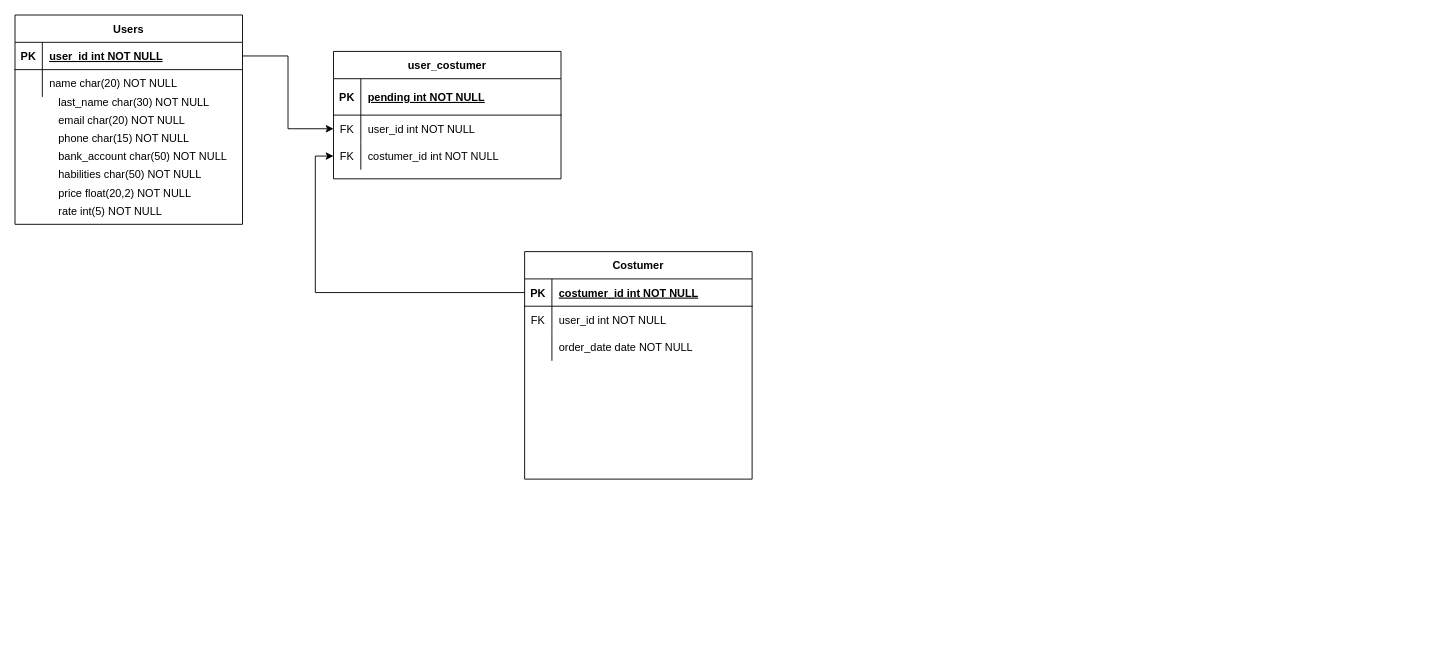
luiwimo/git-master keeps this draw.io diagram as page "Page-1" (1 of 2) of Hability.drawio. Above is the earlier version. Source tidied: cells renumbered, new cells numbered last; positions are measured from the earlier drawing's top-left corner, leaving out a move shared by most shapes. Both pictures are drawn from the tidied source at 91%, with x=0, y=0 at pixel (15, 15).
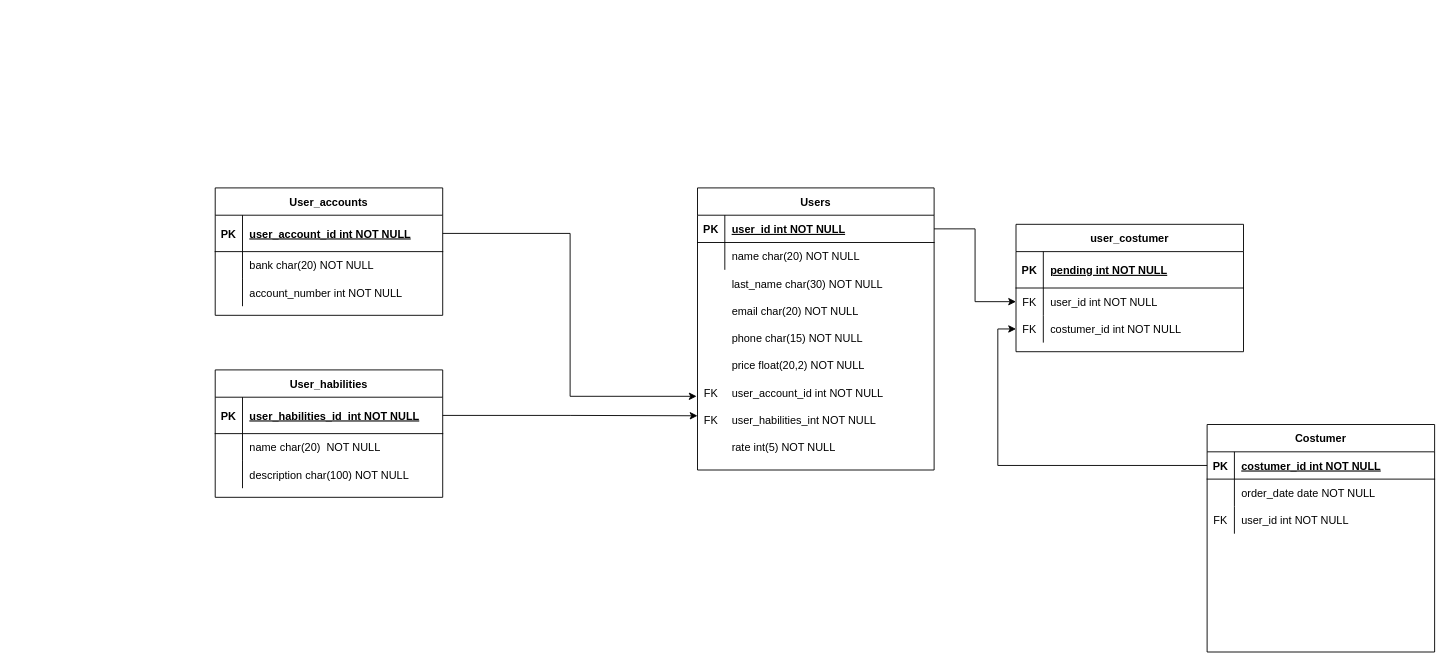
The same page after the edit.

What changed in the source:
```diff
@@
     <mxCell id="2" value="Costumer" style="shape=table;startSize=30;childLayout=tableLayout;rowLines=0;fontStyle=1;align=center;" parent="1" vertex="1">
-      <mxGeometry x="560" y="260" width="250" height="250" as="geometry" />
+      <mxGeometry x="1310" y="450" width="250" height="250" as="geometry" />
     </mxCell>
@@
+    <mxCell id="9" style="shape=partialRectangle;fillColor=none;top=0;left=0;right=0;bottom=0;" parent="2" vertex="1">
+      <mxGeometry y="60" width="250" height="30" as="geometry" />
+    </mxCell>
+    <mxCell id="10" style="shape=partialRectangle;overflow=hidden;fillColor=none;top=0;left=0;bottom=0;right=0;" parent="9" vertex="1">
+      <mxGeometry width="30" height="30" as="geometry" />
+    </mxCell>
+    <mxCell id="11" value="order_date date NOT NULL" style="shape=partialRectangle;overflow=hidden;fillColor=none;top=0;left=0;bottom=0;right=0;align=left;spacingLeft=6;" parent="9" vertex="1">
+      <mxGeometry x="30" width="220" height="30" as="geometry" />
+    </mxCell>
     <mxCell id="6" style="shape=partialRectangle;fillColor=none;top=0;left=0;right=0;bottom=0;" parent="2" vertex="1">
-      <mxGeometry y="60" width="250" height="30" as="geometry" />
+      <mxGeometry y="90" width="250" height="30" as="geometry" />
     </mxCell>
@@
-    <mxCell id="9" style="shape=partialRectangle;fillColor=none;top=0;left=0;right=0;bottom=0;" parent="2" vertex="1">
-      <mxGeometry y="90" width="250" height="30" as="geometry" />
-    </mxCell>
-    <mxCell id="10" style="shape=partialRectangle;overflow=hidden;fillColor=none;top=0;left=0;bottom=0;right=0;" parent="9" vertex="1">
-      <mxGeometry width="30" height="30" as="geometry" />
-    </mxCell>
-    <mxCell id="11" value="order_date date NOT NULL" style="shape=partialRectangle;overflow=hidden;fillColor=none;top=0;left=0;bottom=0;right=0;align=left;spacingLeft=6;" parent="9" vertex="1">
-      <mxGeometry x="30" width="220" height="30" as="geometry" />
-    </mxCell>
     <mxCell id="12" value="Users" style="shape=table;startSize=30;childLayout=tableLayout;rowLines=0;fontStyle=1;align=center;" parent="1" vertex="1">
-      <mxGeometry width="250" height="230" as="geometry" />
+      <mxGeometry x="750" y="190" width="260" height="310" as="geometry" />
     </mxCell>
     <mxCell id="13" style="shape=partialRectangle;fillColor=none;points=[[0,0.5],[1,0.5]];portConstraint=eastwest;top=0;left=0;right=0;bottom=1;" parent="12" vertex="1">
-      <mxGeometry y="30" width="250" height="30" as="geometry" />
+      <mxGeometry y="30" width="260" height="30" as="geometry" />
     </mxCell>
@@
     <mxCell id="15" value="user_id int NOT NULL " style="shape=partialRectangle;overflow=hidden;fillColor=none;top=0;left=0;bottom=0;right=0;align=left;spacingLeft=6;fontStyle=5;" parent="13" vertex="1">
-      <mxGeometry x="30" width="220" height="30" as="geometry" />
+      <mxGeometry x="30" width="230" height="30" as="geometry" />
     </mxCell>
     <mxCell id="16" style="shape=partialRectangle;fillColor=none;top=0;left=0;right=0;bottom=0;" parent="12" vertex="1">
-      <mxGeometry y="60" width="250" height="30" as="geometry" />
+      <mxGeometry y="60" width="260" height="30" as="geometry" />
     </mxCell>
@@
     <mxCell id="18" value="name char(20) NOT NULL" style="shape=partialRectangle;overflow=hidden;fillColor=none;top=0;left=0;bottom=0;right=0;align=left;spacingLeft=6;" parent="16" vertex="1">
-      <mxGeometry x="30" width="220" height="30" as="geometry" />
+      <mxGeometry x="30" width="230" height="30" as="geometry" />
     </mxCell>
     <mxCell id="19" value="last_name char(30) NOT NULL" style="shape=partialRectangle;overflow=hidden;fillColor=none;top=0;left=0;bottom=0;right=0;align=left;spacingLeft=6;" parent="1" vertex="1">
-      <mxGeometry x="40" y="80" width="220" height="30" as="geometry" />
+      <mxGeometry x="780" y="280" width="220" height="30" as="geometry" />
     </mxCell>
     <mxCell id="20" value="price float(20,2) NOT NULL" style="shape=partialRectangle;overflow=hidden;fillColor=none;top=0;left=0;bottom=0;right=0;align=left;spacingLeft=6;" parent="1" vertex="1">
-      <mxGeometry x="40" y="180" width="220" height="30" as="geometry" />
+      <mxGeometry x="780" y="370" width="220" height="30" as="geometry" />
     </mxCell>
     <mxCell id="21" value="email char(20) NOT NULL" style="shape=partialRectangle;overflow=hidden;fillColor=none;top=0;left=0;bottom=0;right=0;align=left;spacingLeft=6;" parent="1" vertex="1">
-      <mxGeometry x="40" y="100" width="220" height="30" as="geometry" />
+      <mxGeometry x="780" y="310" width="220" height="30" as="geometry" />
     </mxCell>
     <mxCell id="22" value="phone char(15) NOT NULL" style="shape=partialRectangle;overflow=hidden;fillColor=none;top=0;left=0;bottom=0;right=0;align=left;spacingLeft=6;" parent="1" vertex="1">
-      <mxGeometry x="40" y="120" width="220" height="30" as="geometry" />
+      <mxGeometry x="780" y="340" width="220" height="30" as="geometry" />
     </mxCell>
-    <mxCell id="23" value="bank_account char(50) NOT NULL" style="shape=partialRectangle;overflow=hidden;fillColor=none;top=0;left=0;bottom=0;right=0;align=left;spacingLeft=6;" parent="1" vertex="1">
-      <mxGeometry x="40" y="140" width="220" height="30" as="geometry" />
+    <mxCell id="23" value="user_account_id int NOT NULL" style="shape=partialRectangle;overflow=hidden;fillColor=none;top=0;left=0;bottom=0;right=0;align=left;spacingLeft=6;" parent="1" vertex="1">
+      <mxGeometry x="780" y="400" width="220" height="30" as="geometry" />
     </mxCell>
-    <mxCell id="24" value="habilities char(50) NOT NULL" style="shape=partialRectangle;overflow=hidden;fillColor=none;top=0;left=0;bottom=0;right=0;align=left;spacingLeft=6;" parent="1" vertex="1">
-      <mxGeometry x="40" y="160" width="220" height="30" as="geometry" />
+    <mxCell id="24" value="user_habilities_int NOT NULL" style="shape=partialRectangle;overflow=hidden;fillColor=none;top=0;left=0;bottom=0;right=0;align=left;spacingLeft=6;" parent="1" vertex="1">
+      <mxGeometry x="780" y="430" width="220" height="30" as="geometry" />
     </mxCell>
     <mxCell id="25" value="rate int(5) NOT NULL" style="shape=partialRectangle;overflow=hidden;fillColor=none;top=0;left=0;bottom=0;right=0;align=left;spacingLeft=6;" parent="1" vertex="1">
-      <mxGeometry x="40" y="200" width="220" height="30" as="geometry" />
+      <mxGeometry x="780" y="460" width="220" height="30" as="geometry" />
     </mxCell>
     <mxCell id="26" value="user_costumer" style="shape=table;startSize=30;childLayout=tableLayout;rowLines=0;fontStyle=1;align=center;" parent="1" vertex="1">
-      <mxGeometry x="350" y="40" width="250" height="140" as="geometry" />
+      <mxGeometry x="1100" y="230" width="250" height="140" as="geometry" />
     </mxCell>
@@
+    <mxCell id="38" value="User_accounts" style="shape=table;startSize=30;childLayout=tableLayout;rowLines=0;fontStyle=1;align=center;" parent="1" vertex="1">
+      <mxGeometry x="220" y="190" width="250" height="140" as="geometry" />
+    </mxCell>
+    <mxCell id="39" style="shape=partialRectangle;fillColor=none;points=[[0,0.5],[1,0.5]];portConstraint=eastwest;top=0;left=0;right=0;bottom=1;" parent="38" vertex="1">
+      <mxGeometry y="30" width="250" height="40" as="geometry" />
+    </mxCell>
+    <mxCell id="40" value="PK" style="shape=partialRectangle;overflow=hidden;fillColor=none;top=0;left=0;bottom=0;right=0;fontStyle=1;" parent="39" vertex="1">
+      <mxGeometry width="30" height="40" as="geometry" />
+    </mxCell>
+    <mxCell id="41" value="user_account_id int NOT NULL " style="shape=partialRectangle;overflow=hidden;fillColor=none;top=0;left=0;bottom=0;right=0;align=left;spacingLeft=6;fontStyle=5;" parent="39" vertex="1">
+      <mxGeometry x="30" width="220" height="40" as="geometry" />
+    </mxCell>
+    <mxCell id="42" style="shape=partialRectangle;fillColor=none;top=0;left=0;right=0;bottom=0;" parent="38" vertex="1">
+      <mxGeometry y="70" width="250" height="30" as="geometry" />
+    </mxCell>
+    <mxCell id="43" style="shape=partialRectangle;overflow=hidden;fillColor=none;top=0;left=0;bottom=0;right=0;" parent="42" vertex="1">
+      <mxGeometry width="30" height="30" as="geometry" />
+    </mxCell>
+    <mxCell id="44" value="bank char(20) NOT NULL" style="shape=partialRectangle;overflow=hidden;fillColor=none;top=0;left=0;bottom=0;right=0;align=left;spacingLeft=6;" parent="42" vertex="1">
+      <mxGeometry x="30" width="220" height="30" as="geometry" />
+    </mxCell>
+    <mxCell id="45" style="shape=partialRectangle;fillColor=none;top=0;left=0;right=0;bottom=0;" parent="38" vertex="1">
+      <mxGeometry y="100" width="250" height="30" as="geometry" />
+    </mxCell>
+    <mxCell id="46" style="shape=partialRectangle;overflow=hidden;fillColor=none;top=0;left=0;bottom=0;right=0;" parent="45" vertex="1">
+      <mxGeometry width="30" height="30" as="geometry" />
+    </mxCell>
+    <mxCell id="47" value="account_number int NOT NULL" style="shape=partialRectangle;overflow=hidden;fillColor=none;top=0;left=0;bottom=0;right=0;align=left;spacingLeft=6;" parent="45" vertex="1">
+      <mxGeometry x="30" width="220" height="30" as="geometry" />
+    </mxCell>
+    <mxCell id="48" value="User_habilities" style="shape=table;startSize=30;childLayout=tableLayout;rowLines=0;fontStyle=1;align=center;" parent="1" vertex="1">
+      <mxGeometry x="220" y="390" width="250" height="140" as="geometry" />
+    </mxCell>
+    <mxCell id="49" style="shape=partialRectangle;fillColor=none;points=[[0,0.5],[1,0.5]];portConstraint=eastwest;top=0;left=0;right=0;bottom=1;" parent="48" vertex="1">
+      <mxGeometry y="30" width="250" height="40" as="geometry" />
+    </mxCell>
+    <mxCell id="50" value="PK" style="shape=partialRectangle;overflow=hidden;fillColor=none;top=0;left=0;bottom=0;right=0;fontStyle=1;" parent="49" vertex="1">
+      <mxGeometry width="30" height="40" as="geometry" />
+    </mxCell>
+    <mxCell id="51" value="user_habilities_id  int NOT NULL " style="shape=partialRectangle;overflow=hidden;fillColor=none;top=0;left=0;bottom=0;right=0;align=left;spacingLeft=6;fontStyle=5;" parent="49" vertex="1">
+      <mxGeometry x="30" width="220" height="40" as="geometry" />
+    </mxCell>
+    <mxCell id="52" style="shape=partialRectangle;fillColor=none;top=0;left=0;right=0;bottom=0;" parent="48" vertex="1">
+      <mxGeometry y="70" width="250" height="30" as="geometry" />
+    </mxCell>
+    <mxCell id="53" style="shape=partialRectangle;overflow=hidden;fillColor=none;top=0;left=0;bottom=0;right=0;" parent="52" vertex="1">
+      <mxGeometry width="30" height="30" as="geometry" />
+    </mxCell>
+    <mxCell id="54" value="name char(20)  NOT NULL" style="shape=partialRectangle;overflow=hidden;fillColor=none;top=0;left=0;bottom=0;right=0;align=left;spacingLeft=6;" parent="52" vertex="1">
+      <mxGeometry x="30" width="220" height="30" as="geometry" />
+    </mxCell>
+    <mxCell id="55" style="shape=partialRectangle;fillColor=none;top=0;left=0;right=0;bottom=0;" parent="48" vertex="1">
+      <mxGeometry y="100" width="250" height="30" as="geometry" />
+    </mxCell>
+    <mxCell id="56" style="shape=partialRectangle;overflow=hidden;fillColor=none;top=0;left=0;bottom=0;right=0;" parent="55" vertex="1">
+      <mxGeometry width="30" height="30" as="geometry" />
+    </mxCell>
+    <mxCell id="57" value="description char(100) NOT NULL" style="shape=partialRectangle;overflow=hidden;fillColor=none;top=0;left=0;bottom=0;right=0;align=left;spacingLeft=6;" parent="55" vertex="1">
+      <mxGeometry x="30" width="220" height="30" as="geometry" />
+    </mxCell>
+    <mxCell id="58" style="edgeStyle=orthogonalEdgeStyle;rounded=0;jettySize=auto;html=1;exitX=1;exitY=0.5;exitDx=0;exitDy=0;" parent="1" edge="1" source="39">
+      <mxGeometry relative="1" as="geometry">
+        <mxPoint x="749" y="419" as="targetPoint" />
+        <Array as="points">
+          <mxPoint x="610" y="240" />
+          <mxPoint x="610" y="419" />
+        </Array>
+      </mxGeometry>
+    </mxCell>
+    <mxCell id="59" value="FK" style="shape=partialRectangle;overflow=hidden;fillColor=none;top=0;left=0;bottom=0;right=0;" parent="1" vertex="1">
+      <mxGeometry x="750" y="430" width="30" height="30" as="geometry" />
+    </mxCell>
+    <mxCell id="60" style="edgeStyle=orthogonalEdgeStyle;rounded=0;jettySize=auto;html=1;exitX=1;exitY=0.5;exitDx=0;exitDy=0;" parent="1" edge="1" source="49">
+      <mxGeometry relative="1" as="geometry">
+        <mxPoint x="750" y="440.4" as="targetPoint" />
+      </mxGeometry>
+    </mxCell>
+    <mxCell id="61" value="FK" style="shape=partialRectangle;overflow=hidden;fillColor=none;top=0;left=0;bottom=0;right=0;" parent="1" vertex="1">
+      <mxGeometry x="750" y="400" width="30" height="30" as="geometry" />
+    </mxCell>
```
